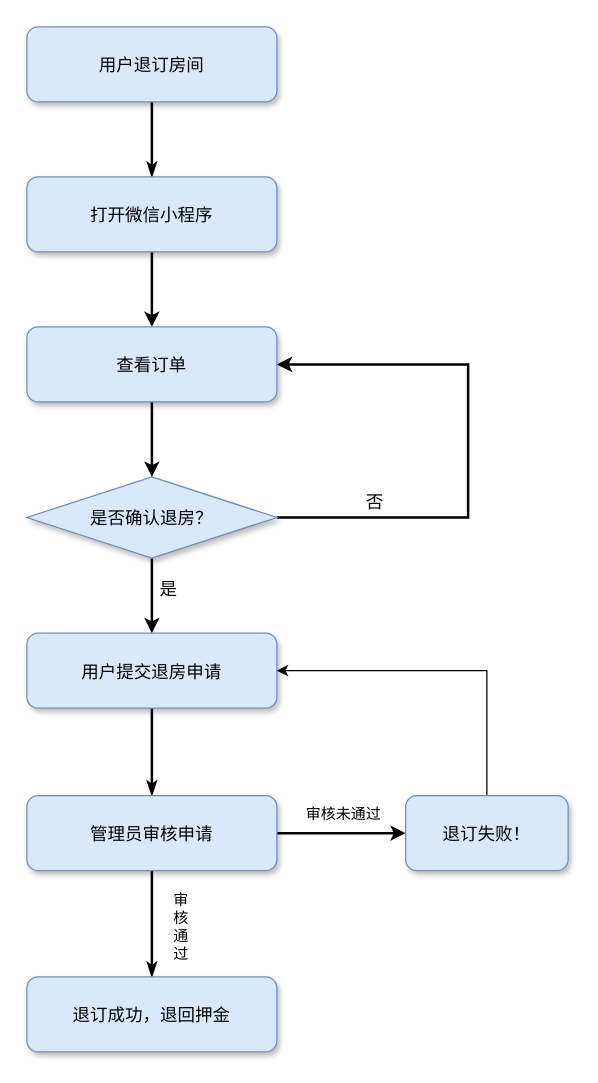
AndSonder/smart-hotel-database keeps this draw.io diagram as docs/src/客户退订.drawio. Above is the earlier version. Source tidied: cells renumbered, new cells numbered last; positions are measured from the earlier drawing's top-left corner, leaving out a move shared by most shapes. Both pictures are drawn from the tidied source at 125%, with x=0, y=0 at pixel (26, 26).
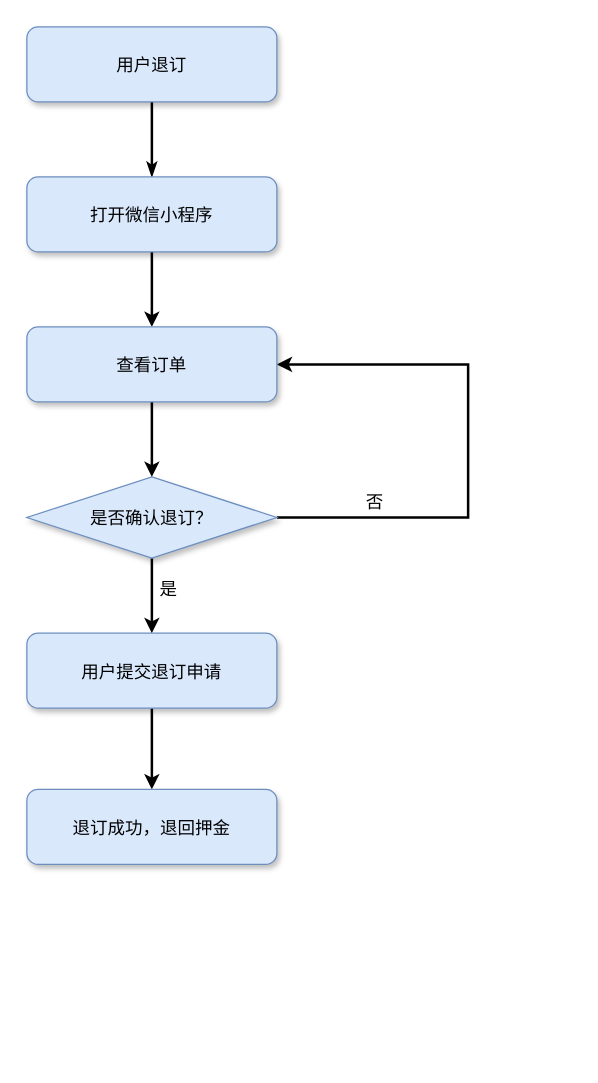
Above is the later version.

What changed in the source:
```diff
@@
-    <mxCell id="3" value="用户退订房间" style="rounded=1;fillColor=#dae8fc;strokeColor=#6c8ebf;shadow=1;fontStyle=0;fontSize=14;" parent="1" vertex="1">
+    <mxCell id="3" value="用户退订" style="rounded=1;fillColor=#dae8fc;strokeColor=#6c8ebf;shadow=1;fontStyle=0;fontSize=14;" parent="1" vertex="1">
       <mxGeometry width="200" height="60" as="geometry" />
     </mxCell>
@@
-    <mxCell id="6" style="edgeStyle=orthogonalEdgeStyle;rounded=0;jettySize=auto;html=1;exitX=0.5;exitY=1;exitDx=0;exitDy=0;entryX=0.5;entryY=0;entryDx=0;entryDy=0;startArrow=none;startFill=0;endArrow=classicThin;endFill=1;strokeColor=#000000;strokeWidth=2;" parent="1" edge="1" source="7" target="10">
-      <mxGeometry relative="1" as="geometry" />
-    </mxCell>
+    <mxCell id="23" style="edgeStyle=orthogonalEdgeStyle;rounded=0;jettySize=auto;html=1;exitX=0.5;exitY=1;exitDx=0;exitDy=0;entryX=0.5;entryY=0;entryDx=0;entryDy=0;strokeWidth=2;" parent="1" edge="1" source="7" target="11">
+      <mxGeometry relative="1" as="geometry" />
+    </mxCell>
-    <mxCell id="7" value="用户提交退房申请" style="rounded=1;fillColor=#dae8fc;strokeColor=#6c8ebf;shadow=1;fontStyle=0;fontSize=14;" parent="1" vertex="1">
+    <mxCell id="7" value="用户提交退订申请" style="rounded=1;fillColor=#dae8fc;strokeColor=#6c8ebf;shadow=1;fontStyle=0;fontSize=14;" parent="1" vertex="1">
       <mxGeometry y="485" width="200" height="60" as="geometry" />
     </mxCell>
-    <mxCell id="8" style="edgeStyle=orthogonalEdgeStyle;rounded=0;jettySize=auto;html=1;exitX=0.5;exitY=1;exitDx=0;exitDy=0;startArrow=none;startFill=0;endArrow=classicThin;endFill=1;strokeColor=#000000;strokeWidth=2;" parent="1" edge="1" source="10" target="11">
-      <mxGeometry relative="1" as="geometry" />
-    </mxCell>
-    <mxCell id="9" style="edgeStyle=orthogonalEdgeStyle;rounded=0;jettySize=auto;html=1;exitX=1;exitY=0.5;exitDx=0;exitDy=0;entryX=0;entryY=0.5;entryDx=0;entryDy=0;strokeWidth=2;" parent="1" edge="1" source="10" target="18">
-      <mxGeometry relative="1" as="geometry" />
-    </mxCell>
-    <mxCell id="10" value="管理员审核申请" style="rounded=1;fillColor=#dae8fc;strokeColor=#6c8ebf;shadow=1;fontStyle=0;fontSize=14;" parent="1" vertex="1">
-      <mxGeometry y="615" width="200" height="60" as="geometry" />
-    </mxCell>
     <mxCell id="11" value="退订成功，退回押金" style="rounded=1;fillColor=#dae8fc;strokeColor=#6c8ebf;shadow=1;fontStyle=0;fontSize=14;" parent="1" vertex="1">
-      <mxGeometry y="760" width="200" height="60" as="geometry" />
+      <mxGeometry y="610" width="200" height="60" as="geometry" />
     </mxCell>
@@
-    <mxCell id="14" value="&lt;font style=&quot;vertical-align: inherit ; font-size: 14px&quot;&gt;&lt;font style=&quot;vertical-align: inherit ; font-size: 14px&quot;&gt;&lt;font style=&quot;vertical-align: inherit ; font-size: 14px&quot;&gt;&lt;font style=&quot;vertical-align: inherit ; font-size: 14px&quot;&gt;是否确认退房？&lt;/font&gt;&lt;/font&gt;&lt;/font&gt;&lt;/font&gt;" style="rhombus;whiteSpace=wrap;html=1;fillColor=#dae8fc;strokeColor=#6c8ebf;shadow=1;" parent="1" vertex="1">
+    <mxCell id="14" value="&lt;font style=&quot;vertical-align: inherit ; font-size: 14px&quot;&gt;&lt;font style=&quot;vertical-align: inherit ; font-size: 14px&quot;&gt;&lt;font style=&quot;vertical-align: inherit ; font-size: 14px&quot;&gt;&lt;font style=&quot;vertical-align: inherit ; font-size: 14px&quot;&gt;是否确认退订？&lt;/font&gt;&lt;/font&gt;&lt;/font&gt;&lt;/font&gt;" style="rhombus;whiteSpace=wrap;html=1;fillColor=#dae8fc;strokeColor=#6c8ebf;shadow=1;" parent="1" vertex="1">
       <mxGeometry y="360" width="200" height="65" as="geometry" />
     </mxCell>
@@
-    <mxCell id="17" style="edgeStyle=orthogonalEdgeStyle;rounded=0;jettySize=auto;html=1;exitX=0.5;exitY=0;exitDx=0;exitDy=0;entryX=1;entryY=0.5;entryDx=0;entryDy=0;" parent="1" edge="1" source="18" target="7">
-      <mxGeometry relative="1" as="geometry" />
-    </mxCell>
-    <mxCell id="18" value="退订失败！" style="rounded=1;fillColor=#dae8fc;strokeColor=#6c8ebf;shadow=1;fontStyle=0;fontSize=14;" parent="1" vertex="1">
-      <mxGeometry x="303" y="615" width="130" height="60" as="geometry" />
-    </mxCell>
@@
-    <mxCell id="21" value="审核未通过" style="text;html=1;align=center;verticalAlign=middle;strokeColor=none;" parent="1" vertex="1">
-      <mxGeometry x="213" y="620" width="80" height="20" as="geometry" />
-    </mxCell>
-    <mxCell id="22" value="审&lt;br&gt;核&lt;br&gt;通&lt;br&gt;过" style="text;html=1;align=center;verticalAlign=middle;strokeColor=none;" parent="1" vertex="1">
-      <mxGeometry x="108" y="690" width="30" height="60" as="geometry" />
-    </mxCell>
```
